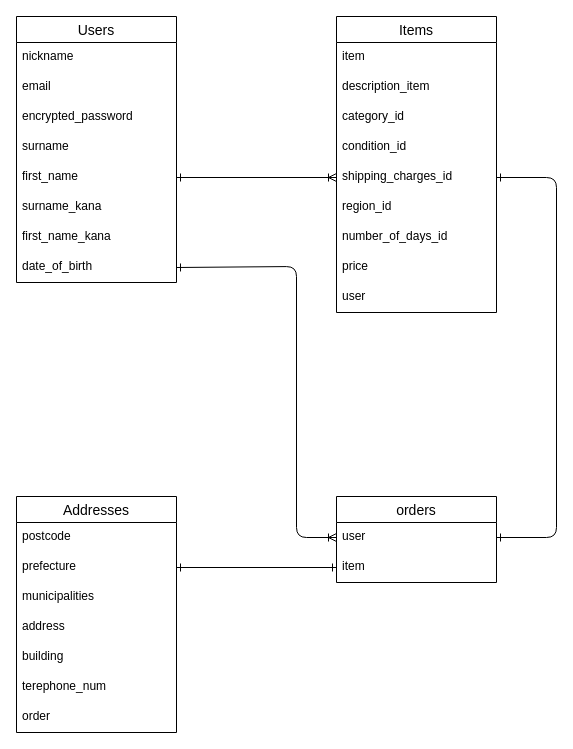
Above: test.dio in daikimatsuoka/furima-39264 (draw.io), before the change. Source tidied: cells renumbered, new cells numbered last; positions are measured from the earlier drawing's top-left corner, leaving out a move shared by most shapes. Both pictures are drawn from the tidied source at 100%, with x=0, y=0 at pixel (16, 16).
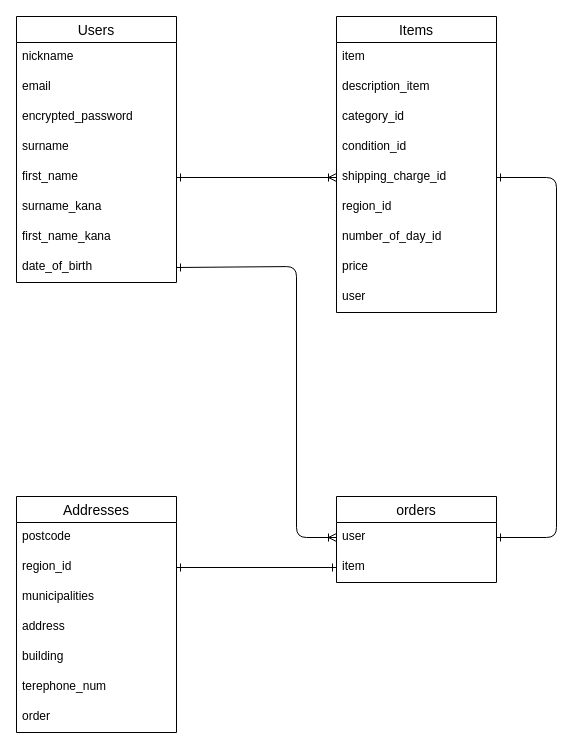
Above is the later version.

Commit message (it also covers changes not shown here):
データベース設計　修正3

The change refers to these unchanged cells:
```xml
<mxCell id="11" value="Items" style="swimlane;fontStyle=0;horizontal=1;startSize=26;align=center;fontSize=14;" parent="1" vertex="1">
  <mxGeometry x="320" width="160" height="296" as="geometry" />
</mxCell>
<mxCell id="21" value="Addresses" style="swimlane;fontStyle=0;horizontal=1;startSize=26;align=center;fontSize=14;" parent="1" vertex="1">
  <mxGeometry y="480" width="160" height="236" as="geometry" />
</mxCell>
```

Change to the diagram source:
```diff
@@
-    <mxCell id="16" value="shipping_charges_id" style="text;strokeColor=none;fillColor=none;spacingLeft=4;spacingRight=4;overflow=hidden;points=[[0,0.5],[1,0.5]];portConstraint=eastwest;fontSize=12;" parent="11" vertex="1">
+    <mxCell id="16" value="shipping_charge_id" style="text;strokeColor=none;fillColor=none;spacingLeft=4;spacingRight=4;overflow=hidden;points=[[0,0.5],[1,0.5]];portConstraint=eastwest;fontSize=12;" parent="11" vertex="1">
       <mxGeometry y="146" width="160" height="30" as="geometry" />
     </mxCell>
@@
-    <mxCell id="18" value="number_of_days_id" style="text;strokeColor=none;fillColor=none;spacingLeft=4;spacingRight=4;overflow=hidden;fontSize=12;" parent="11" vertex="1">
+    <mxCell id="18" value="number_of_day_id" style="text;strokeColor=none;fillColor=none;spacingLeft=4;spacingRight=4;overflow=hidden;fontSize=12;" parent="11" vertex="1">
       <mxGeometry y="206" width="160" height="30" as="geometry" />
     </mxCell>
@@
-    <mxCell id="23" value="prefecture" style="text;strokeColor=none;fillColor=none;spacingLeft=4;spacingRight=4;overflow=hidden;points=[[0,0.5],[1,0.5]];portConstraint=eastwest;fontSize=12;" parent="21" vertex="1">
+    <mxCell id="23" value="region_id" style="text;strokeColor=none;fillColor=none;spacingLeft=4;spacingRight=4;overflow=hidden;points=[[0,0.5],[1,0.5]];portConstraint=eastwest;fontSize=12;" parent="21" vertex="1">
       <mxGeometry y="56" width="160" height="30" as="geometry" />
     </mxCell>
```
